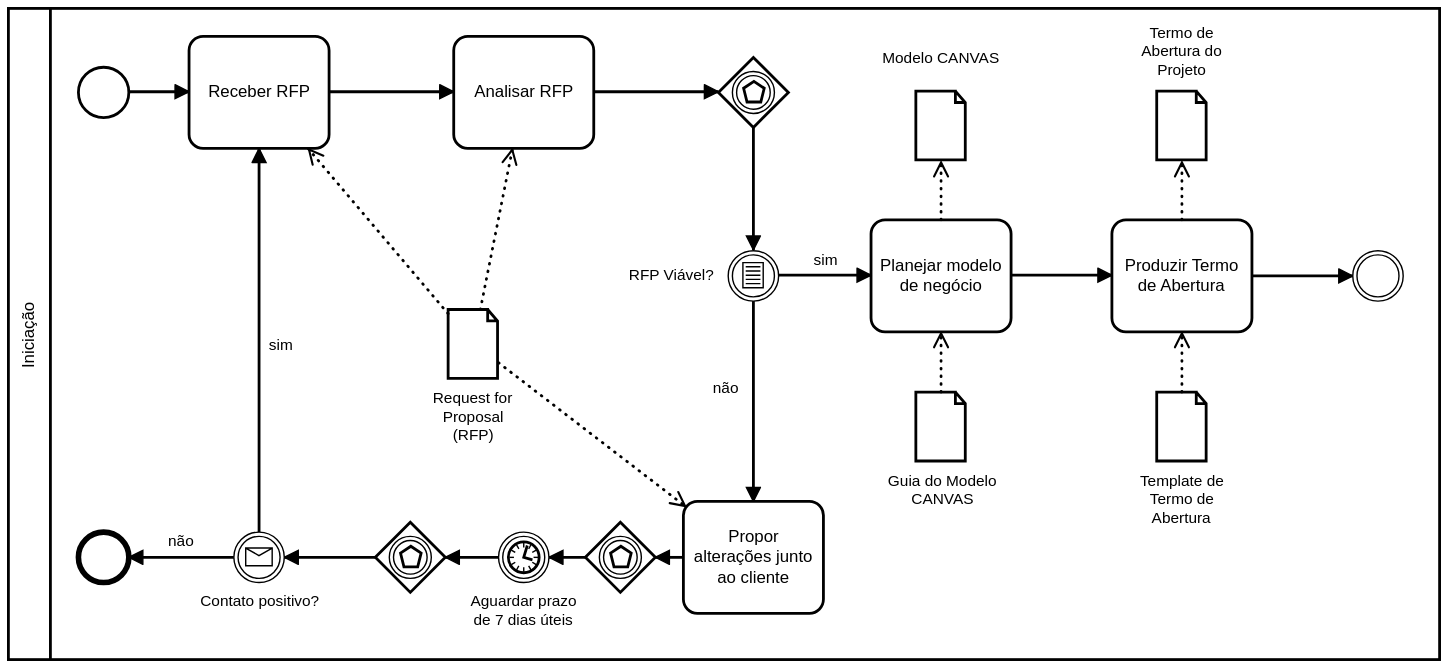
This is assets/images/iniciacao.svg from beatrizacbs/atlantida, a BPMN export, as it was before one commit. Its source is kept beside it as docs/processes/iniciacao.bpmn. Ids are renumbered.
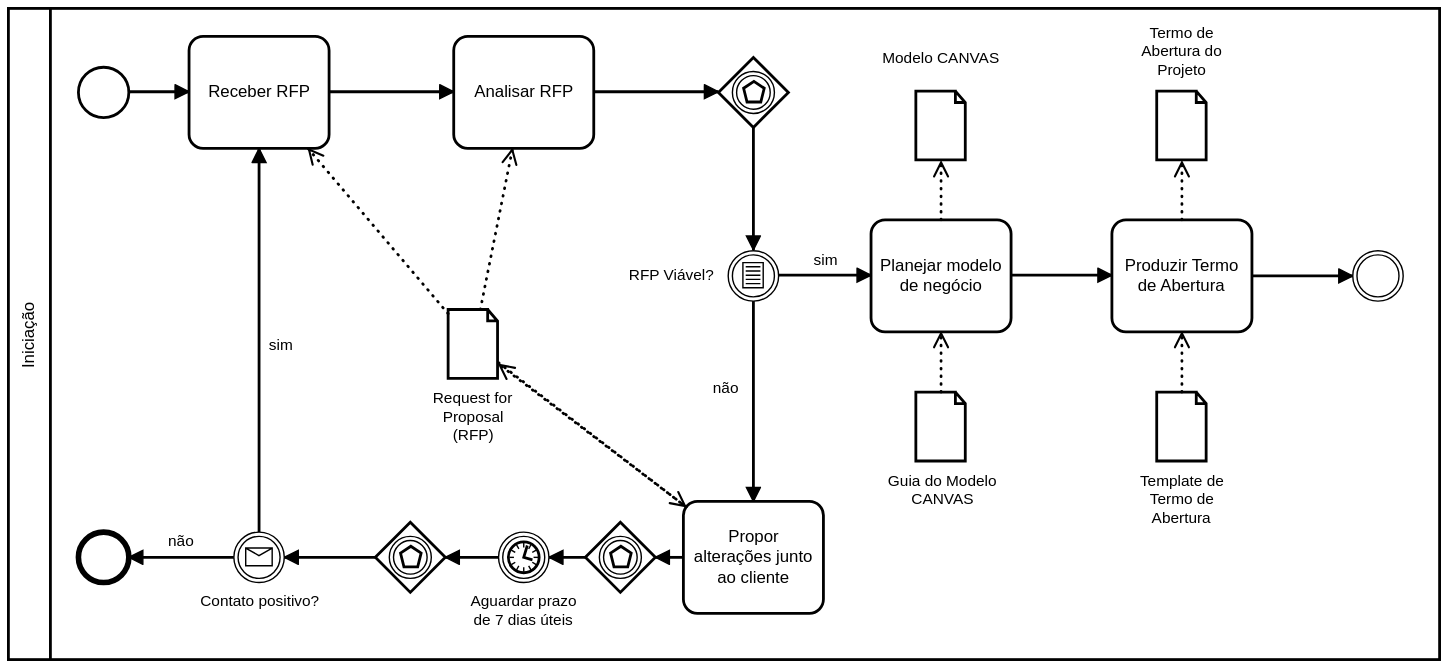
The same file after the commit.

The edit, as a diff of the source:
```diff
@@ -88,6 +88,9 @@
         <sourceRef>DataObjectReference_n7</sourceRef>
         <targetRef>Property_n41</targetRef>
       </dataInputAssociation>
+      <dataOutputAssociation id="DataOutputAssociation_n50">
+        <targetRef>DataObjectReference_n7</targetRef>
+      </dataOutputAssociation>
     </task>
     <eventBasedGateway id="ExclusiveGateway_n35">
       <incoming>SequenceFlow_n33</incoming>
@@ -312,6 +315,10 @@
         <omgdi:waypoint x="1009" y="386" />
         <omgdi:waypoint x="1009" y="343" />
       </bpmndi:BPMNEdge>
+      <bpmndi:BPMNEdge id="DataOutputAssociation_n50_di" bpmnElement="DataOutputAssociation_n50">
+        <omgdi:waypoint x="655" y="468" />
+        <omgdi:waypoint x="521" y="366" />
+      </bpmndi:BPMNEdge>
     </bpmndi:BPMNPlane>
   </bpmndi:BPMNDiagram>
 </definitions>
```
